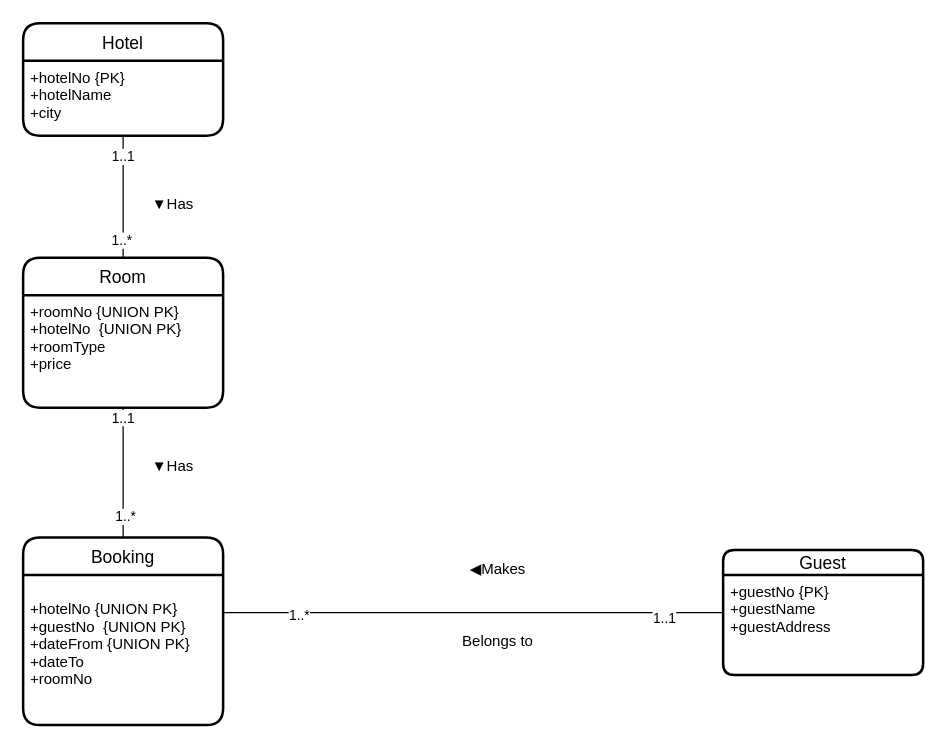
This is page "Page-3" (3 of 3) of 未命名绘图.drawio from bincute/iAmReadingBook, a draw.io file, before an edit. Source tidied: cells renumbered, new cells numbered last; positions are measured from the earlier drawing's top-left corner, leaving out a move shared by most shapes. Both pictures are drawn from the tidied source at 125%, with x=0, y=0 at pixel (22, 22).
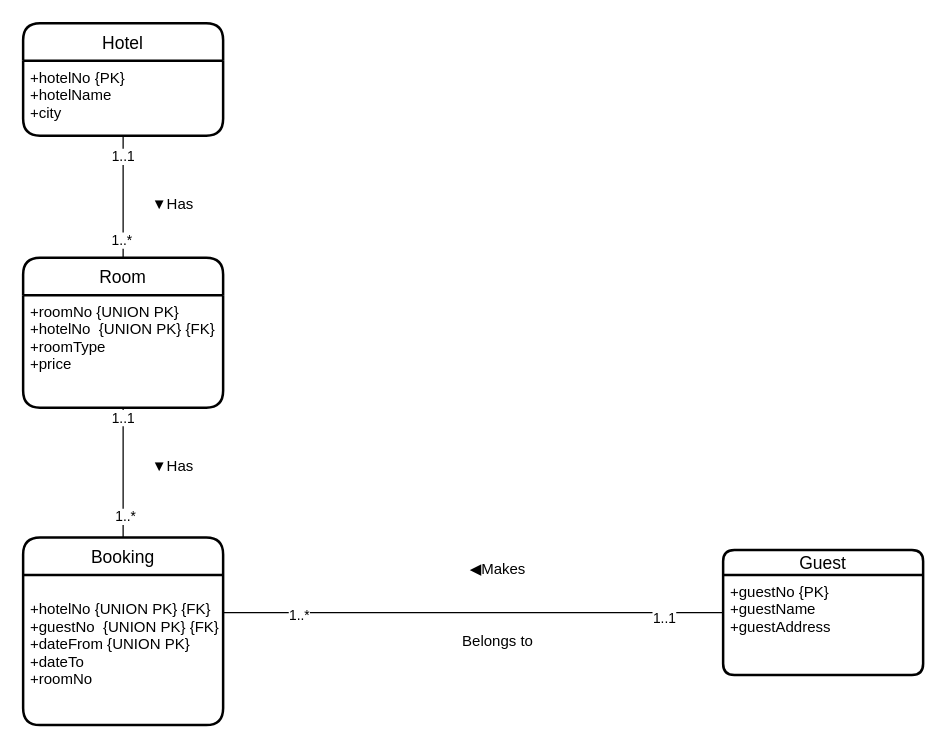
After the change.

Commit message:
Update 未命名绘图.drawio

Unchanged cells that the change refers to:
```xml
<mxCell id="5" value="Room" style="swimlane;horizontal=1;startSize=30;rounded=1;fontSize=14;fontStyle=0;strokeWidth=2;shadow=0;dashed=0;align=center;" parent="1" vertex="1">
  <mxGeometry y="187.6" width="160" height="120" as="geometry" />
</mxCell>
<mxCell id="17" value="Booking" style="swimlane;horizontal=1;startSize=30;rounded=1;fontSize=14;fontStyle=0;strokeWidth=2;shadow=0;dashed=0;align=center;" parent="1" vertex="1">
  <mxGeometry y="411.5" width="160" height="150" as="geometry" />
</mxCell>
```

Diff of the diagram source:
```diff
@@
-    <mxCell id="6" value="+roomNo {UNION PK}&#10;+hotelNo  {UNION PK}&#10;+roomType &#10;+price" style="align=left;strokeColor=none;fillColor=none;spacingLeft=4;fontSize=12;verticalAlign=top;" parent="5" vertex="1">
+    <mxCell id="6" value="+roomNo {UNION PK}&#10;+hotelNo  {UNION PK} {FK}&#10;+roomType &#10;+price" style="align=left;strokeColor=none;fillColor=none;spacingLeft=4;fontSize=12;verticalAlign=top;" parent="5" vertex="1">
       <mxGeometry y="30" width="160" height="90" as="geometry" />
     </mxCell>
@@
-    <mxCell id="18" value="&#10;+hotelNo {UNION PK}&#10;+guestNo  {UNION PK}&#10;+dateFrom {UNION PK}&#10;+dateTo&#10;+roomNo&#10;" style="align=left;strokeColor=none;fillColor=none;spacingLeft=4;fontSize=12;verticalAlign=top;" parent="17" vertex="1">
+    <mxCell id="18" value="&#10;+hotelNo {UNION PK} {FK}&#10;+guestNo  {UNION PK} {FK}&#10;+dateFrom {UNION PK}&#10;+dateTo&#10;+roomNo&#10;" style="align=left;strokeColor=none;fillColor=none;spacingLeft=4;fontSize=12;verticalAlign=top;" parent="17" vertex="1">
       <mxGeometry y="30" width="160" height="120" as="geometry" />
     </mxCell>
```
